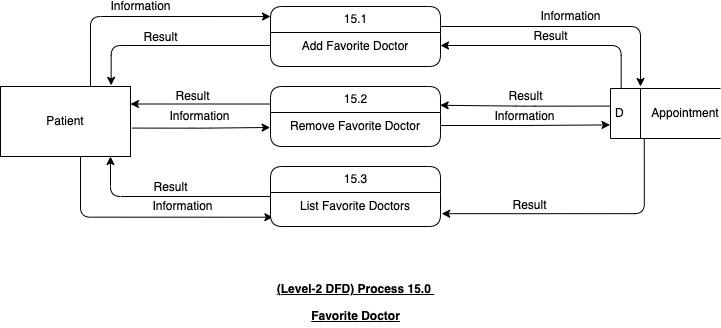
Above: resources/dfd/Patient/DFD-Patient-15.0.png in vanluong94/aptech-doccure (draw.io), before the change. Source tidied: cells renumbered, new cells last; positions are measured from the earlier drawing's top-left corner, leaving out a move shared by most shapes. Its diagram source:
```xml
<mxGraphModel>
  <root>
    <mxCell id="0" />
    <mxCell id="1" parent="0" />
    <mxCell id="2" value="Information" style="edgeStyle=orthogonalEdgeStyle;jettySize=auto;entryX=-0.002;entryY=0.577;entryDx=0;entryDy=0;exitX=1.012;exitY=0.594;exitDx=0;exitDy=0;exitPerimeter=0;entryPerimeter=0;labelBackgroundColor=none;verticalAlign=middle;html=1;horizontal=1;labelPosition=center;verticalLabelPosition=middle;align=center;spacingLeft=0;jumpStyle=none;shadow=0;startSize=2;fontFamily=Helvetica;fontColor=#000000;fontSize=12;" parent="1" edge="1" source="7" target="14">
      <mxGeometry y="11" relative="1" as="geometry" />
    </mxCell>
    <mxCell id="3" value="&lt;p class=&quot;MsoNormal&quot; style=&quot;font-size: 12px&quot;&gt;&lt;font style=&quot;font-size: 12px&quot;&gt;&lt;span style=&quot;font-size: 12px&quot;&gt;&lt;b style=&quot;font-size: 12px&quot;&gt;&lt;u style=&quot;font-size: 12px&quot;&gt;(Level-2 DFD) Process 15.0&amp;nbsp;&lt;/u&gt;&lt;/b&gt;&lt;/span&gt;&lt;/font&gt;&lt;br style=&quot;font-size: 12px&quot;&gt;&lt;/p&gt;&lt;b&gt;&lt;u&gt;Favorite Doctor&lt;/u&gt;&lt;/b&gt;" style="text;html=1;align=center;verticalAlign=middle;strokeColor=none;fontFamily=Helvetica;fontColor=#000000;fontSize=12;rounded=1;" parent="1" vertex="1">
      <mxGeometry x="270" y="260" width="170" height="60" as="geometry" />
    </mxCell>
    <mxCell id="4" style="edgeStyle=orthogonalEdgeStyle;jettySize=auto;html=1;entryX=0.014;entryY=0.951;entryDx=0;entryDy=0;entryPerimeter=0;fontFamily=Helvetica;fontColor=#000000;fontSize=12;" parent="1" edge="1" target="18">
      <mxGeometry relative="1" as="geometry">
        <mxPoint x="80" y="150" as="sourcePoint" />
      </mxGeometry>
    </mxCell>
    <mxCell id="5" value="&lt;span style=&quot;font-size: 12px;&quot;&gt;Information&lt;/span&gt;" style="edgeLabel;html=1;align=center;verticalAlign=middle;labelBackgroundColor=none;fontFamily=Helvetica;fontColor=#000000;fontSize=12;rounded=1;" parent="4" vertex="1">
      <mxGeometry x="0.17" y="1" relative="1" as="geometry">
        <mxPoint x="13" y="-11" as="offset" />
      </mxGeometry>
    </mxCell>
    <mxCell id="6" value="Information" style="edgeStyle=orthogonalEdgeStyle;jumpStyle=none;jettySize=auto;html=1;entryX=0;entryY=0.167;entryDx=0;entryDy=0;entryPerimeter=0;shadow=0;labelBackgroundColor=none;fontFamily=Helvetica;fontColor=#000000;fontSize=12;" parent="1" edge="1" source="7" target="9">
      <mxGeometry x="-0.04" y="10" relative="1" as="geometry">
        <Array as="points">
          <mxPoint x="90" y="10" />
        </Array>
      </mxGeometry>
    </mxCell>
    <mxCell id="7" value="&lt;font style=&quot;font-size: 12px&quot;&gt;Patient&lt;/font&gt;" style="whiteSpace=wrap;html=1;fontFamily=Helvetica;fontColor=#000000;fontSize=12;rounded=0;" parent="1" vertex="1">
      <mxGeometry y="80" width="130" height="70" as="geometry" />
    </mxCell>
    <mxCell id="8" value="Information" style="edgeStyle=orthogonalEdgeStyle;orthogonalLoop=1;jettySize=auto;html=1;labelBackgroundColor=none;fontFamily=Helvetica;fontColor=#000000;fontSize=12;" parent="1" edge="1">
      <mxGeometry y="10" relative="1" as="geometry">
        <mxPoint x="440" y="20" as="sourcePoint" />
        <mxPoint x="640" y="80" as="targetPoint" />
      </mxGeometry>
    </mxCell>
    <mxCell id="9" value="15.1" style="swimlane;html=1;fontStyle=0;horizontal=1;startSize=26;swimlaneFillColor=#ffffff;align=center;shadow=0;comic=0;labelBackgroundColor=none;strokeWidth=1;fontFamily=Helvetica;fontSize=12;fontColor=#000000;rounded=1;" parent="1" vertex="1">
      <mxGeometry x="270" width="170" height="60" as="geometry" />
    </mxCell>
    <mxCell id="10" value="Add Favorite Doctor" style="text;html=1;strokeColor=none;fillColor=none;spacingLeft=4;spacingRight=4;whiteSpace=wrap;overflow=hidden;points=[[0,0.5],[1,0.5]];portConstraint=eastwest;fontFamily=Helvetica;fontColor=#000000;fontSize=12;align=center;rounded=1;" parent="9" vertex="1">
      <mxGeometry y="26" width="170" height="26" as="geometry" />
    </mxCell>
    <mxCell id="11" style="edgeStyle=orthogonalEdgeStyle;jettySize=auto;html=1;entryX=1;entryY=0.25;entryDx=0;entryDy=0;exitX=0;exitY=0.292;exitDx=0;exitDy=0;exitPerimeter=0;fontFamily=Helvetica;fontColor=#000000;fontSize=12;" parent="1" edge="1" source="13" target="7">
      <mxGeometry relative="1" as="geometry" />
    </mxCell>
    <mxCell id="12" value="&lt;span style=&quot;font-size: 12px;&quot;&gt;Result&lt;/span&gt;" style="edgeLabel;html=1;align=center;verticalAlign=middle;labelBackgroundColor=none;fontFamily=Helvetica;fontColor=#000000;fontSize=12;rounded=1;" parent="11" vertex="1">
      <mxGeometry x="0.27" relative="1" as="geometry">
        <mxPoint x="9" y="-8" as="offset" />
      </mxGeometry>
    </mxCell>
    <mxCell id="13" value="15.2" style="swimlane;html=1;fontStyle=0;horizontal=1;startSize=26;swimlaneFillColor=#ffffff;align=center;shadow=0;comic=0;labelBackgroundColor=none;strokeWidth=1;fontFamily=Helvetica;fontSize=12;fontColor=#000000;rounded=1;" parent="1" vertex="1">
      <mxGeometry x="270" y="80" width="170" height="60" as="geometry" />
    </mxCell>
    <mxCell id="14" value="Remove Favorite Doctor" style="text;html=1;strokeColor=none;fillColor=none;spacingLeft=4;spacingRight=4;whiteSpace=wrap;overflow=hidden;points=[[0,0.5],[1,0.5]];portConstraint=eastwest;fontFamily=Helvetica;fontColor=#000000;fontSize=12;align=center;rounded=1;" parent="13" vertex="1">
      <mxGeometry y="26" width="170" height="26" as="geometry" />
    </mxCell>
    <mxCell id="15" style="edgeStyle=orthogonalEdgeStyle;jettySize=auto;html=1;entryX=0.846;entryY=1;entryDx=0;entryDy=0;entryPerimeter=0;fontFamily=Helvetica;fontColor=#000000;fontSize=12;" parent="1" edge="1" source="17" target="7">
      <mxGeometry relative="1" as="geometry" />
    </mxCell>
    <mxCell id="16" value="&lt;span style=&quot;font-size: 12px;&quot;&gt;Result&lt;/span&gt;" style="edgeLabel;html=1;align=center;verticalAlign=middle;labelBackgroundColor=none;fontFamily=Helvetica;fontColor=#000000;fontSize=12;rounded=1;" parent="15" vertex="1">
      <mxGeometry x="0.01" y="-1" relative="1" as="geometry">
        <mxPoint x="1" y="-9" as="offset" />
      </mxGeometry>
    </mxCell>
    <mxCell id="17" value="15.3&lt;br&gt;" style="swimlane;html=1;fontStyle=0;horizontal=1;startSize=26;swimlaneFillColor=#ffffff;align=center;shadow=0;comic=0;labelBackgroundColor=none;strokeWidth=1;fontFamily=Helvetica;fontSize=12;fontColor=#000000;rounded=1;" parent="1" vertex="1">
      <mxGeometry x="270" y="160" width="170" height="60" as="geometry" />
    </mxCell>
    <mxCell id="18" value="&lt;span id=&quot;docs-internal-guid-ec00c497-7fff-d599-0a47-b24389822d92&quot; style=&quot;font-size: 12px&quot;&gt;&lt;span style=&quot;font-size: 12px ; background-color: transparent ; vertical-align: baseline&quot;&gt;List Favorite Doctors&lt;/span&gt;&lt;/span&gt;" style="text;html=1;strokeColor=none;fillColor=none;spacingLeft=4;spacingRight=4;whiteSpace=wrap;overflow=hidden;points=[[0,0.5],[1,0.5]];portConstraint=eastwest;fontFamily=Helvetica;fontColor=#000000;fontSize=12;align=center;rounded=1;" parent="17" vertex="1">
      <mxGeometry y="26" width="170" height="26" as="geometry" />
    </mxCell>
    <mxCell id="19" value="Result" style="edgeStyle=orthogonalEdgeStyle;jettySize=auto;html=1;entryX=1;entryY=0.5;entryDx=0;entryDy=0;exitX=0.097;exitY=0;exitDx=0;exitDy=0;exitPerimeter=0;labelBackgroundColor=none;fontFamily=Helvetica;fontColor=#000000;fontSize=12;" parent="1" edge="1" source="22" target="10">
      <mxGeometry x="0.02" y="-9" relative="1" as="geometry" />
    </mxCell>
    <mxCell id="20" value="Result" style="edgeStyle=orthogonalEdgeStyle;jettySize=auto;html=1;entryX=0.998;entryY=0.313;entryDx=0;entryDy=0;entryPerimeter=0;exitX=-0.007;exitY=0.352;exitDx=0;exitDy=0;exitPerimeter=0;labelBackgroundColor=none;fontFamily=Helvetica;fontColor=#000000;fontSize=12;" parent="1" edge="1" source="22" target="13">
      <mxGeometry y="-9" relative="1" as="geometry" />
    </mxCell>
    <mxCell id="21" value="Result" style="edgeStyle=orthogonalEdgeStyle;jettySize=auto;html=1;entryX=1.007;entryY=0.815;entryDx=0;entryDy=0;entryPerimeter=0;exitX=0.307;exitY=0.993;exitDx=0;exitDy=0;exitPerimeter=0;labelBackgroundColor=none;fontFamily=Helvetica;fontColor=#000000;fontSize=12;" parent="1" edge="1" source="22" target="18">
      <mxGeometry x="0.36" y="-8" relative="1" as="geometry" />
    </mxCell>
    <mxCell id="22" value="D" style="html=1;dashed=0;whitespace=wrap;shape=mxgraph.dfd.dataStoreID;align=left;spacingLeft=3;points=[[0,0],[0.5,0],[1,0],[0,0.5],[1,0.5],[0,1],[0.5,1],[1,1]];fontFamily=Helvetica;fontColor=#000000;fontSize=12;rounded=1;" parent="1" vertex="1">
      <mxGeometry x="610" y="82" width="110" height="50" as="geometry" />
    </mxCell>
    <mxCell id="23" value="Appointment" style="text;html=1;strokeColor=none;fillColor=none;align=center;verticalAlign=middle;whiteSpace=wrap;fontFamily=Helvetica;fontColor=#000000;fontSize=12;rounded=1;" parent="1" vertex="1">
      <mxGeometry x="660" y="97" width="50" height="20" as="geometry" />
    </mxCell>
    <mxCell id="24" value="Information" style="edgeStyle=orthogonalEdgeStyle;jettySize=auto;html=1;entryX=-0.004;entryY=0.728;entryDx=0;entryDy=0;entryPerimeter=0;labelBackgroundColor=none;fontFamily=Helvetica;fontColor=#000000;fontSize=12;" parent="1" edge="1" source="14" target="22">
      <mxGeometry x="0.01" y="8" relative="1" as="geometry" />
    </mxCell>
    <mxCell id="25" style="edgeStyle=orthogonalEdgeStyle;jettySize=auto;html=1;entryX=0.851;entryY=-0.017;entryDx=0;entryDy=0;entryPerimeter=0;fontFamily=Helvetica;fontColor=#000000;fontSize=12;" parent="1" edge="1" source="10" target="7">
      <mxGeometry relative="1" as="geometry" />
    </mxCell>
    <mxCell id="26" value="&lt;span style=&quot;font-size: 12px;&quot;&gt;Result&lt;/span&gt;" style="edgeLabel;html=1;align=center;verticalAlign=middle;labelBackgroundColor=none;spacingTop=0;fontFamily=Helvetica;fontColor=#000000;fontSize=12;rounded=1;" parent="25" vertex="1">
      <mxGeometry x="-0.02" relative="1" as="geometry">
        <mxPoint x="-12" y="-9" as="offset" />
      </mxGeometry>
    </mxCell>
  </root>
</mxGraphModel>
```
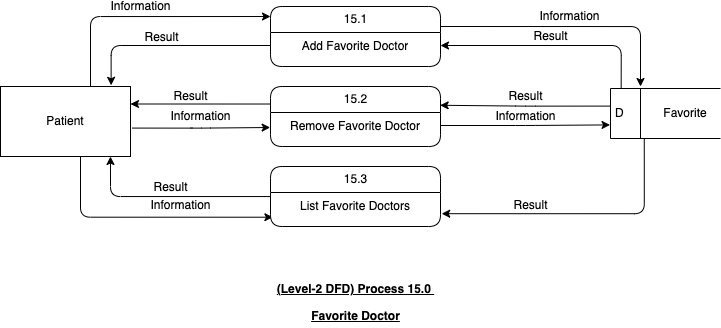
After the change.

Commit message:
[fix] patient DFD wrong name

Diff of the diagram source:
```diff
@@ -80,7 +80,7 @@
     <mxCell id="22" value="D" style="html=1;dashed=0;whitespace=wrap;shape=mxgraph.dfd.dataStoreID;align=left;spacingLeft=3;points=[[0,0],[0.5,0],[1,0],[0,0.5],[1,0.5],[0,1],[0.5,1],[1,1]];fontFamily=Helvetica;fontColor=#000000;fontSize=12;rounded=1;" parent="1" vertex="1">
       <mxGeometry x="610" y="82" width="110" height="50" as="geometry" />
     </mxCell>
-    <mxCell id="23" value="Appointment" style="text;html=1;strokeColor=none;fillColor=none;align=center;verticalAlign=middle;whiteSpace=wrap;fontFamily=Helvetica;fontColor=#000000;fontSize=12;rounded=1;" parent="1" vertex="1">
+    <mxCell id="23" value="Favorite" style="text;html=1;strokeColor=none;fillColor=none;align=center;verticalAlign=middle;whiteSpace=wrap;fontFamily=Helvetica;fontColor=#000000;fontSize=12;rounded=1;" parent="1" vertex="1">
       <mxGeometry x="660" y="97" width="50" height="20" as="geometry" />
     </mxCell>
     <mxCell id="24" value="Information" style="edgeStyle=orthogonalEdgeStyle;jettySize=auto;html=1;entryX=-0.004;entryY=0.728;entryDx=0;entryDy=0;entryPerimeter=0;labelBackgroundColor=none;fontFamily=Helvetica;fontColor=#000000;fontSize=12;" parent="1" edge="1" source="14" target="22">
```
